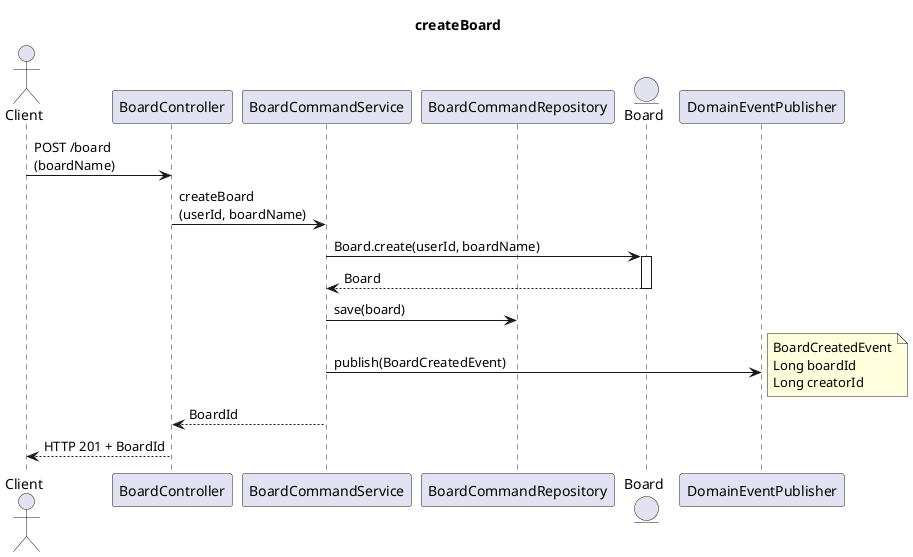
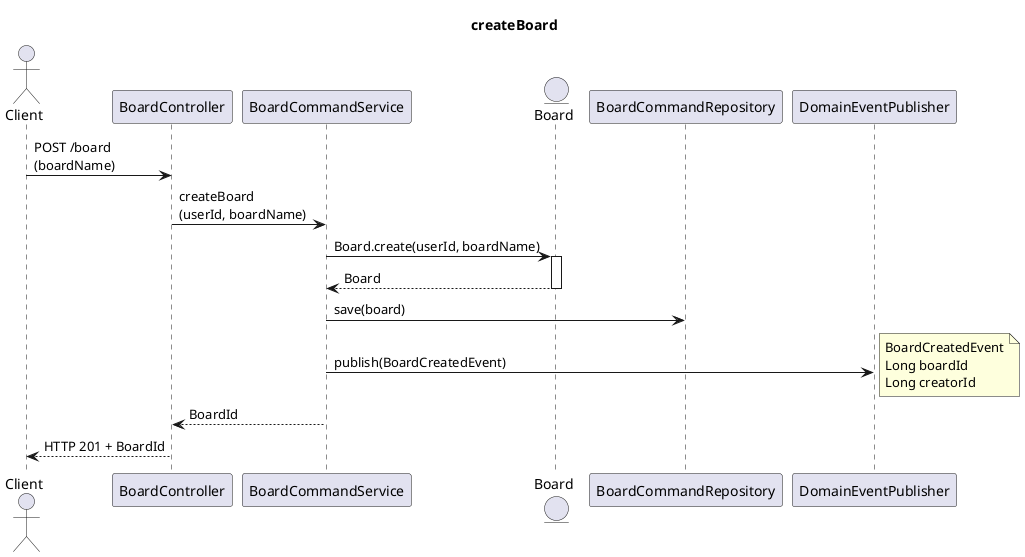
@startuml
title createBoard

actor Client
participant BoardController
participant BoardCommandService
+ Entity Board
participant BoardCommandRepository
- Entity Board
participant DomainEventPublisher


Client -> BoardController : POST /board \n(boardName)

BoardController -> BoardCommandService : createBoard \n(userId, boardName)

BoardCommandService -> Board : Board.create(userId, boardName)

activate Board
Board --> BoardCommandService : Board
deactivate Board

BoardCommandService -> BoardCommandRepository : save(board)

BoardCommandService -> DomainEventPublisher : publish(BoardCreatedEvent)
note right
BoardCreatedEvent
Long boardId
Long creatorId
end note

BoardCommandService --> BoardController : BoardId
BoardController --> Client : HTTP 201 + BoardId
@enduml